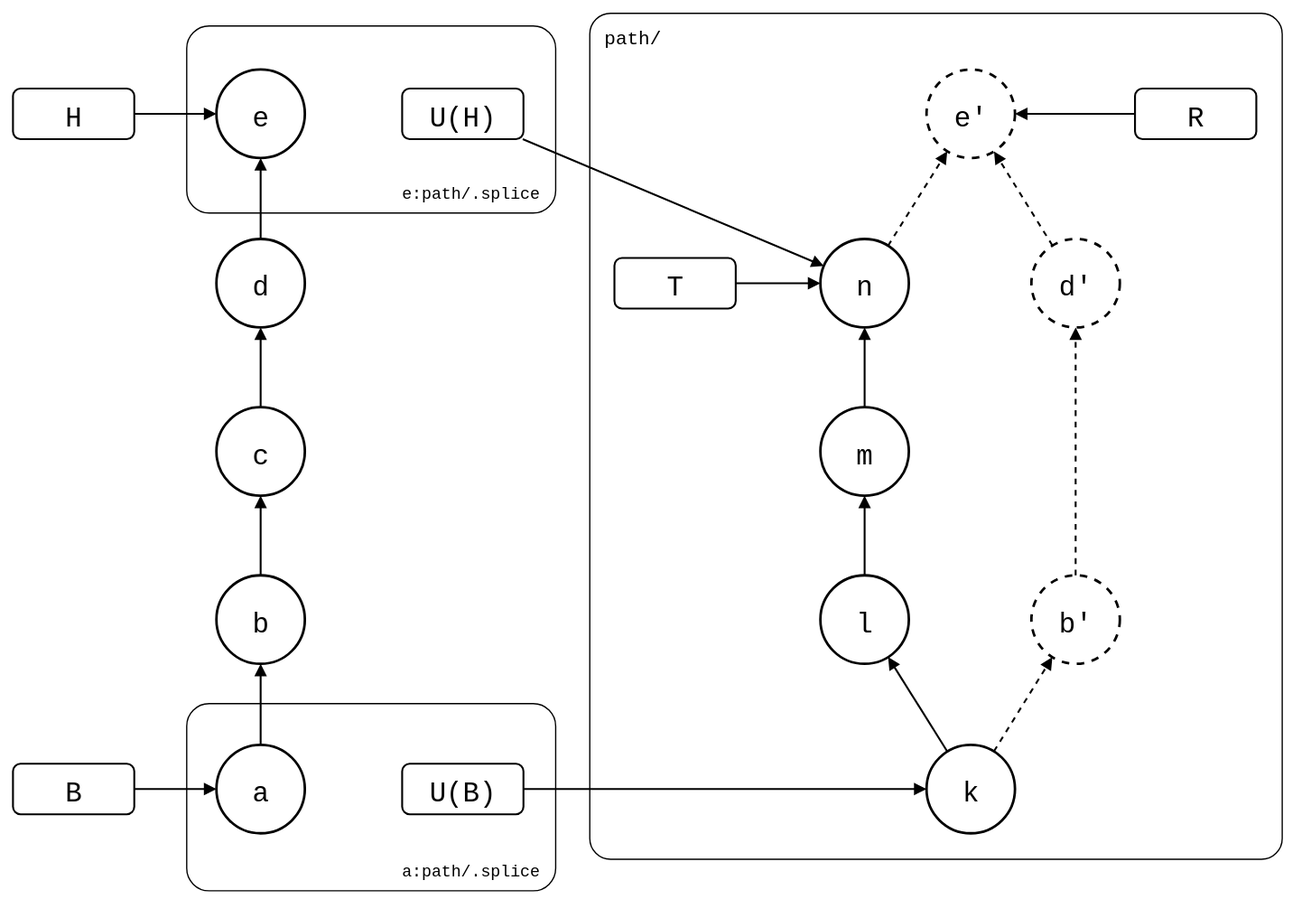
Above: test/scenarios/sync-model/after-pull/after-pull.drawio.svg in roschaefer/git-splice (draw.io), before the change. Source tidied: cells renumbered, new cells last; positions are measured from the earlier drawing's top-left corner, leaving out a move shared by most shapes.
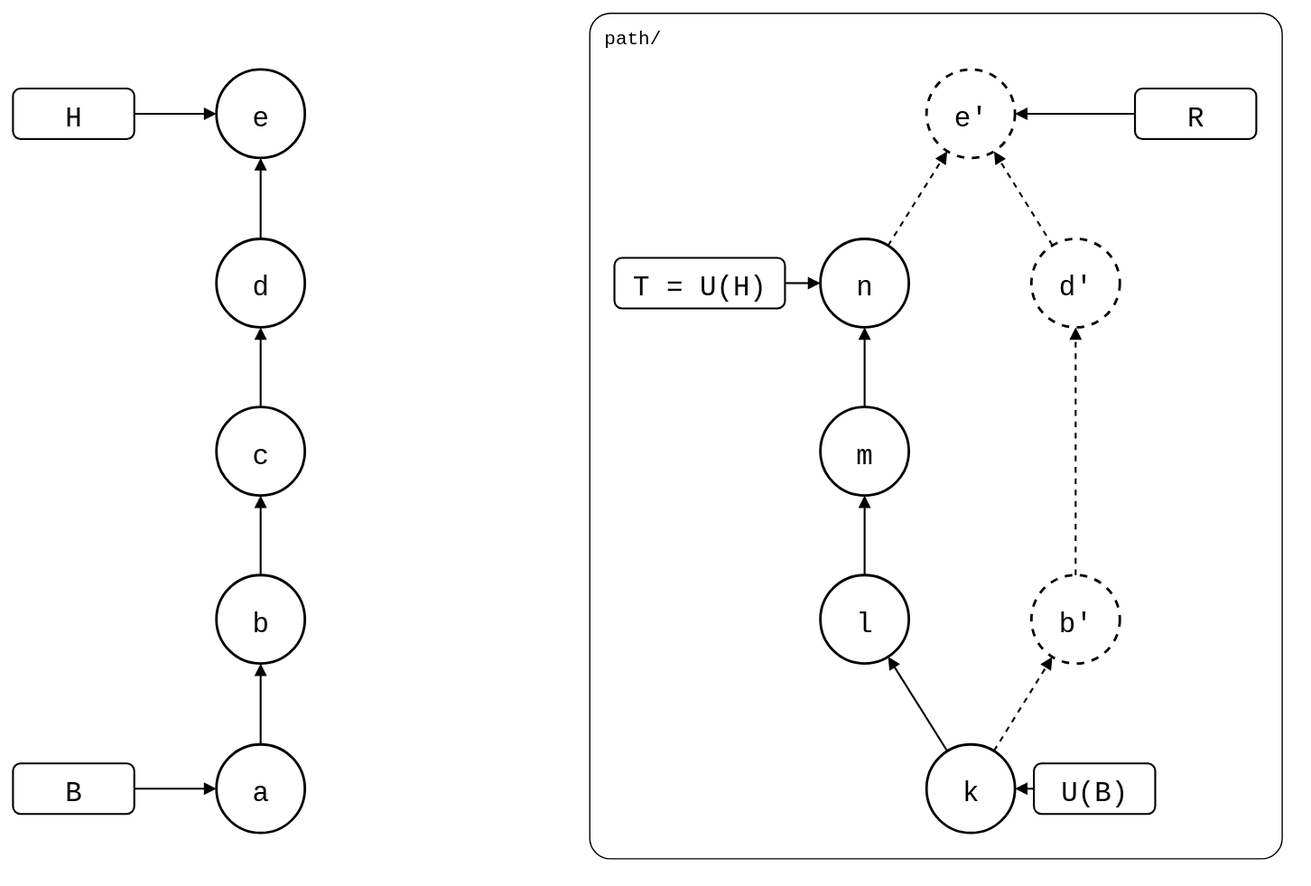
After the commit.

What changed in the source:
```diff
@@ -5,12 +5,6 @@
     <mxCell id="2" value="path/" style="rounded=1;arcSize=3;fillColor=none;strokeWidth=1;fontSize=15;verticalAlign=top;align=left;spacingLeft=10;spacingTop=4;fontFamily=Roboto Mono,monospace;" parent="1" vertex="1">
       <mxGeometry x="456" width="548" height="669" as="geometry" />
     </mxCell>
-    <mxCell id="3" value="e:path/.splice" style="rounded=1;arcSize=12;fillColor=none;strokeWidth=1;fontSize=13;verticalAlign=bottom;spacingBottom=6;spacingLeft=10;spacingRight=10;fontFamily=Roboto Mono,monospace;align=right;" parent="1" vertex="1">
-      <mxGeometry x="137" y="10" width="292" height="148" as="geometry" />
-    </mxCell>
-    <mxCell id="4" value="a:path/.splice" style="rounded=1;arcSize=12;fillColor=none;strokeWidth=1;fontSize=13;verticalAlign=bottom;spacingBottom=6;spacingLeft=10;spacingRight=10;fontFamily=Roboto Mono,monospace;align=right;" parent="1" vertex="1">
-      <mxGeometry x="137" y="546" width="292" height="148" as="geometry" />
-    </mxCell>
     <mxCell id="5" value="a" style="ellipse;strokeWidth=2;fontSize=22;fontFamily=Roboto Mono,monospace;" parent="1" vertex="1">
       <mxGeometry x="161" y="579" width="70" height="70" as="geometry" />
     </mxCell>
@@ -50,11 +44,8 @@
     <mxCell id="17" value="H" style="rounded=1;strokeWidth=1.5;fontSize=22;fontFamily=Roboto Mono,monospace;" parent="1" vertex="1">
       <mxGeometry y="60" width="96" height="40" as="geometry" />
     </mxCell>
-    <mxCell id="18" value="U(H)" style="rounded=1;strokeWidth=1.5;fontSize=22;fontFamily=Roboto Mono,monospace;" parent="1" vertex="1">
-      <mxGeometry x="308" y="60" width="96" height="40" as="geometry" />
-    </mxCell>
-    <mxCell id="19" value="T" style="rounded=1;strokeWidth=1.5;fontSize=22;fontFamily=Roboto Mono,monospace;" parent="1" vertex="1">
-      <mxGeometry x="476" y="194" width="96" height="40" as="geometry" />
+    <mxCell id="19" value="T = U(H)" style="rounded=1;strokeWidth=1.5;fontSize=22;fontFamily=Roboto Mono,monospace;" parent="1" vertex="1">
+      <mxGeometry x="476" y="194" width="135" height="40" as="geometry" />
     </mxCell>
     <mxCell id="20" value="R" style="rounded=1;strokeWidth=1.5;fontSize=22;fontFamily=Roboto Mono,monospace;" parent="1" vertex="1">
       <mxGeometry x="888" y="60" width="96" height="40" as="geometry" />
@@ -63,7 +54,7 @@
       <mxGeometry y="594" width="96" height="40" as="geometry" />
     </mxCell>
     <mxCell id="22" value="U(B)" style="rounded=1;strokeWidth=1.5;fontSize=22;fontFamily=Roboto Mono,monospace;" parent="1" vertex="1">
-      <mxGeometry x="308" y="594" width="96" height="40" as="geometry" />
+      <mxGeometry x="808" y="594" width="96" height="40" as="geometry" />
     </mxCell>
     <mxCell id="23" style="endArrow=block;endFill=1;html=1;strokeWidth=1.5;rounded=0;" parent="1" edge="1" source="17" target="9">
       <mxGeometry relative="1" as="geometry" />
@@ -83,9 +74,6 @@
     <mxCell id="28" style="endArrow=block;endFill=1;html=1;strokeWidth=1.5;rounded=0;" parent="1" edge="1" source="21" target="5">
       <mxGeometry relative="1" as="geometry" />
     </mxCell>
-    <mxCell id="29" style="endArrow=block;endFill=1;html=1;strokeWidth=1.5;rounded=0;" parent="1" edge="1" source="18" target="13">
-      <mxGeometry relative="1" as="geometry" />
-    </mxCell>
     <mxCell id="30" style="endArrow=block;endFill=1;html=1;strokeWidth=1.5;rounded=0;" parent="1" edge="1" source="19" target="13">
       <mxGeometry relative="1" as="geometry" />
     </mxCell>
```
